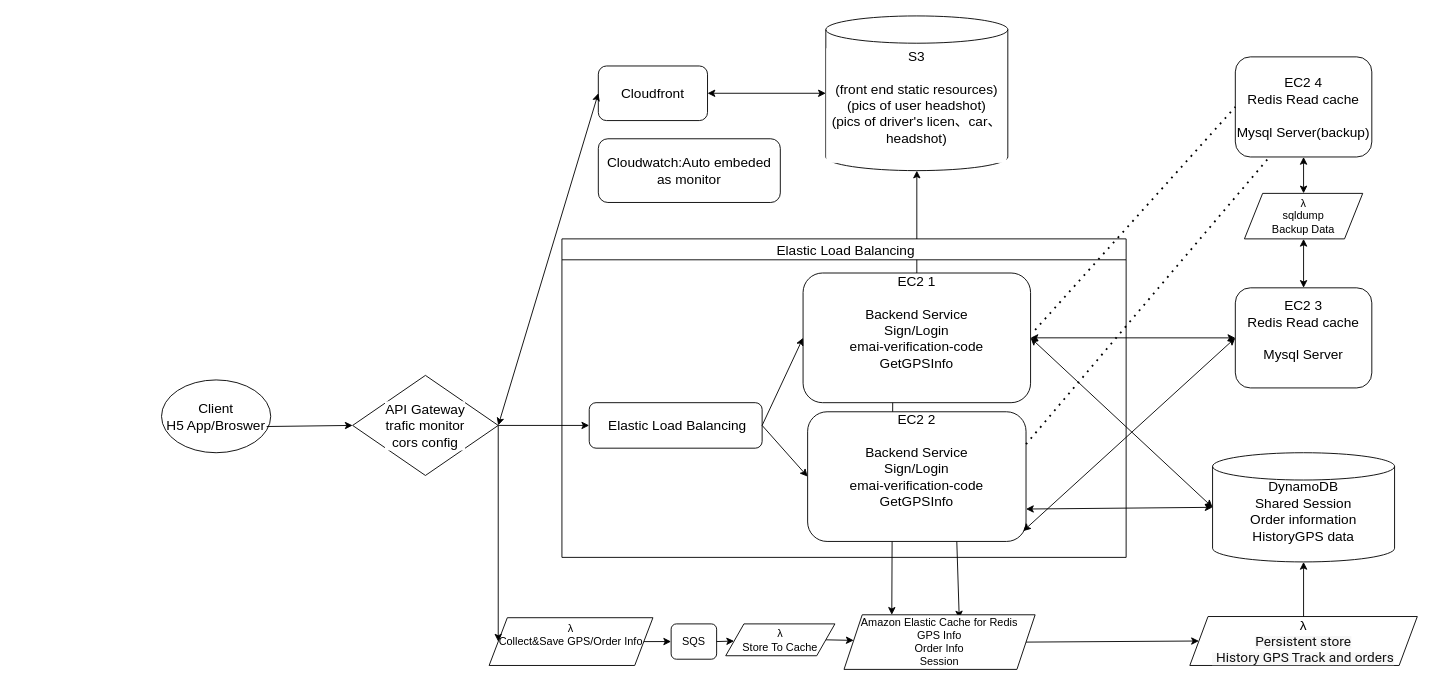
Flexshare2025/Flexshare keeps this draw.io diagram as Proposal/ProjectArchitecture.drawio. Above is the earlier version. Source tidied: cells renumbered, new cells numbered last; positions are measured from the earlier drawing's top-left corner, leaving out a move shared by most shapes. Both pictures are drawn from the tidied source at 91%, with x=0, y=0 at pixel (161, 15).
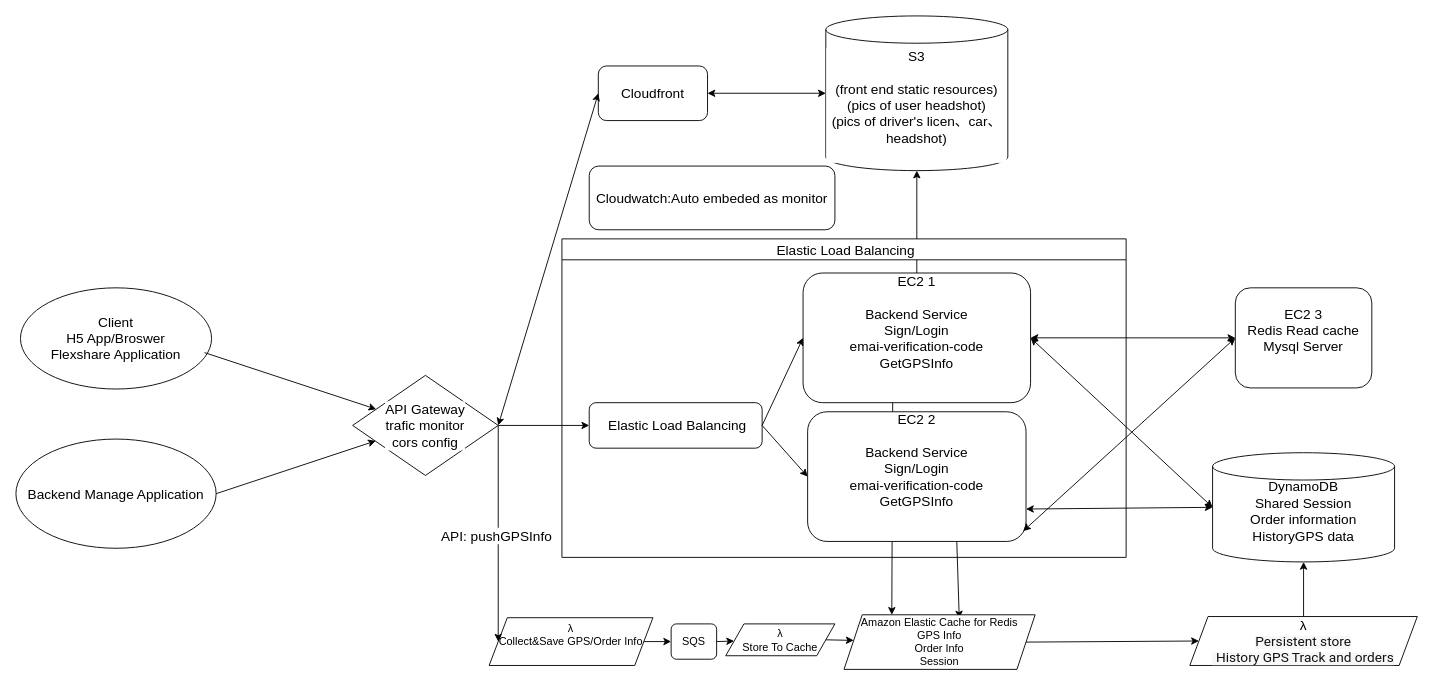
After the change.

Unchanged cells that the change refers to:
```xml
<mxCell id="4" value="API Gateway&lt;div&gt;trafic monitor&lt;/div&gt;&lt;div&gt;cors config&lt;/div&gt;" style="rhombus;whiteSpace=wrap;html=1;fontSize=15;labelBackgroundColor=default;labelBorderColor=none;textShadow=0;" parent="1" vertex="1">
  <mxGeometry x="210" y="395" width="160" height="110" as="geometry" />
</mxCell>
<mxCell id="17" value="EC2 2&lt;div&gt;&lt;br&gt;&lt;div&gt;&lt;span style=&quot;background-color: transparent; color: light-dark(rgb(0, 0, 0), rgb(255, 255, 255));&quot;&gt;Backend Service&lt;/span&gt;&lt;/div&gt;&lt;div&gt;Sign/Login&lt;/div&gt;&lt;div&gt;&lt;div&gt;emai-verification-code&lt;/div&gt;&lt;/div&gt;&lt;div&gt;GetGPSInfo&lt;/div&gt;&lt;div&gt;&lt;br&gt;&lt;/div&gt;&lt;div&gt;&lt;br&gt;&lt;/div&gt;&lt;/div&gt;" style="rounded=1;whiteSpace=wrap;html=1;fontSize=15;" parent="14" vertex="1">
  <mxGeometry x="270" y="190" width="240" height="142.5" as="geometry" />
</mxCell>
<mxCell id="25" style="endArrow=classic;html=1;rounded=0;exitX=1;exitY=0.5;exitDx=0;exitDy=0;entryX=0;entryY=0.5;entryDx=0;entryDy=0;" parent="1" edge="1" source="4" target="24">
  <mxGeometry relative="1" as="geometry" />
</mxCell>
```

What changed in the source:
```diff
@@
-    <mxCell id="7" value="Client&lt;div&gt;H5 App/Broswer&lt;/div&gt;" style="ellipse;whiteSpace=wrap;html=1;fontSize=15;" parent="1" vertex="1">
-      <mxGeometry y="400" width="120" height="80" as="geometry" />
+    <mxCell id="7" value="Client&lt;div&gt;H5 App/Broswer&lt;/div&gt;&lt;div&gt;Flexshare Application&lt;/div&gt;" style="ellipse;whiteSpace=wrap;html=1;fontSize=15;" parent="1" vertex="1">
+      <mxGeometry x="-155" y="298.8" width="210" height="111.2" as="geometry" />
     </mxCell>
-    <mxCell id="8" style="endArrow=classic;html=1;rounded=0;exitX=0.963;exitY=0.64;exitDx=0;exitDy=0;exitPerimeter=0;entryX=0;entryY=0.5;entryDx=0;entryDy=0;fontSize=15;" parent="1" edge="1" source="7" target="4">
+    <mxCell id="8" style="endArrow=classic;html=1;rounded=0;exitX=0.963;exitY=0.64;exitDx=0;exitDy=0;exitPerimeter=0;fontSize=15;" parent="1" edge="1" source="7" target="4">
       <mxGeometry relative="1" as="geometry" />
     </mxCell>
@@
-    <mxCell id="13" value="&lt;font&gt;EC2 3&lt;/font&gt;&lt;div&gt;Redis Read cache&lt;/div&gt;&lt;div&gt;&lt;br&gt;&lt;/div&gt;&lt;div&gt;&lt;div&gt;&lt;div&gt;&lt;font&gt;Mysql Server&lt;/font&gt;&lt;/div&gt;&lt;div&gt;&lt;br&gt;&lt;/div&gt;&lt;/div&gt;&lt;/div&gt;" style="rounded=1;whiteSpace=wrap;html=1;fontSize=15;" parent="1" vertex="1">
+    <mxCell id="13" value="&lt;font&gt;EC2 3&lt;/font&gt;&lt;div&gt;Redis Read cache&lt;/div&gt;&lt;div&gt;&lt;span style=&quot;background-color: transparent; color: light-dark(rgb(0, 0, 0), rgb(255, 255, 255));&quot;&gt;Mysql Server&lt;/span&gt;&lt;/div&gt;&lt;div&gt;&lt;div&gt;&lt;br&gt;&lt;/div&gt;&lt;/div&gt;" style="rounded=1;whiteSpace=wrap;html=1;fontSize=15;" parent="1" vertex="1">
       <mxGeometry x="1180" y="298.8" width="150" height="110" as="geometry" />
     </mxCell>
@@
     <mxCell id="23" value="&lt;font style=&quot;font-size: 15px;&quot;&gt;Cloudwatch:Auto em&lt;/font&gt;&lt;span style=&quot;font-size: 15px; background-color: transparent; color: light-dark(rgb(0, 0, 0), rgb(255, 255, 255));&quot;&gt;beded as monitor&lt;/span&gt;" style="rounded=1;whiteSpace=wrap;html=1;" parent="1" vertex="1">
-      <mxGeometry x="480" y="135" width="200" height="70" as="geometry" />
+      <mxGeometry x="470" y="165" width="270" height="70" as="geometry" />
     </mxCell>
@@
+    <mxCell id="43" value="&lt;font style=&quot;font-size: 15px;&quot;&gt;API: pushGPSInfo&lt;/font&gt;" style="edgeLabel;html=1;align=center;verticalAlign=middle;" parent="25" vertex="1">
+      <mxGeometry y="-3" relative="1" as="geometry">
+        <mxPoint y="1" as="offset" />
+      </mxGeometry>
+    </mxCell>
@@
-    <mxCell id="28" value="EC2 4&lt;div&gt;Redis Read cache&lt;/div&gt;&lt;div&gt;&lt;br&gt;&lt;/div&gt;&lt;div&gt;&lt;div&gt;Mysql Server(backup)&lt;/div&gt;&lt;/div&gt;" style="rounded=1;whiteSpace=wrap;html=1;fontSize=15;" parent="1" vertex="1">
-      <mxGeometry x="1180" y="45" width="150" height="110" as="geometry" />
-    </mxCell>
-    <mxCell id="29" value="λ&lt;div&gt;sqldump&lt;/div&gt;&lt;div&gt;Backup Data&lt;/div&gt;" style="shape=parallelogram;perimeter=parallelogramPerimeter;whiteSpace=wrap;html=1;fixedSize=1;" parent="1" vertex="1">
-      <mxGeometry x="1190" y="195" width="130" height="50" as="geometry" />
-    </mxCell>
@@
-    <mxCell id="39" style="endArrow=none;dashed=1;html=1;dashPattern=1 3;strokeWidth=2;rounded=0;entryX=0;entryY=0.5;entryDx=0;entryDy=0;" parent="1" edge="1" target="28">
-      <mxGeometry relative="1" as="geometry">
-        <mxPoint x="960" y="345" as="sourcePoint" />
-      </mxGeometry>
-    </mxCell>
-    <mxCell id="40" style="endArrow=none;dashed=1;html=1;dashPattern=1 3;strokeWidth=2;rounded=0;exitX=1;exitY=0.25;exitDx=0;exitDy=0;entryX=0.25;entryY=1;entryDx=0;entryDy=0;" parent="1" edge="1" source="17" target="28">
-      <mxGeometry relative="1" as="geometry" />
-    </mxCell>
-    <mxCell id="41" style="endArrow=classic;startArrow=classic;html=1;rounded=0;entryX=0.5;entryY=1;entryDx=0;entryDy=0;exitX=0.5;exitY=0;exitDx=0;exitDy=0;" parent="1" edge="1" source="29" target="28">
-      <mxGeometry relative="1" as="geometry" />
-    </mxCell>
-    <mxCell id="42" style="endArrow=classic;startArrow=classic;html=1;rounded=0;entryX=0.5;entryY=1;entryDx=0;entryDy=0;exitX=0.5;exitY=0;exitDx=0;exitDy=0;" parent="1" edge="1" source="13" target="29">
-      <mxGeometry relative="1" as="geometry" />
-    </mxCell>
+    <mxCell id="44" value="&lt;span style=&quot;font-size: 15px;&quot;&gt;Backend Manage Application&lt;/span&gt;" style="ellipse;whiteSpace=wrap;html=1;" parent="1" vertex="1">
+      <mxGeometry x="-160" y="465" width="220" height="120" as="geometry" />
+    </mxCell>
+    <mxCell id="45" style="endArrow=classic;html=1;rounded=0;exitX=1;exitY=0.5;exitDx=0;exitDy=0;entryX=0.159;entryY=0.654;entryDx=0;entryDy=0;entryPerimeter=0;" parent="1" edge="1" source="44" target="4">
+      <mxGeometry relative="1" as="geometry" />
+    </mxCell>
```
